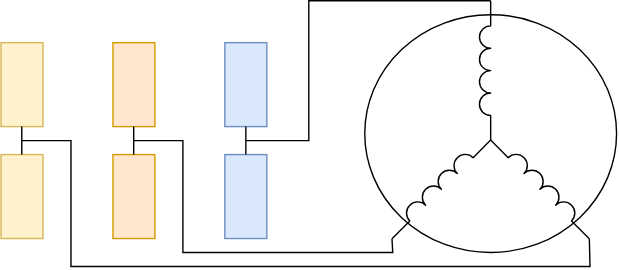
Before: 01-documentation/svg_files/esc_commutation_principle.drawio.svg, a diagram exported from draw.io (stephaneamans/ESC_Brushless). Source tidied: cells renumbered, new cells last; positions are measured from the earlier drawing's top-left corner, leaving out a move shared by most shapes. Its diagram source:
```xml
<mxGraphModel>
  <root>
    <mxCell id="0" />
    <mxCell id="1" parent="0" />
    <mxCell id="2" style="ellipse;whiteSpace=wrap;html=1;" parent="1" vertex="1">
      <mxGeometry x="260" y="10" width="180" height="170" as="geometry" />
    </mxCell>
    <mxCell id="3" style="verticalLabelPosition=bottom;shadow=0;dashed=0;align=center;html=1;verticalAlign=top;shape=mxgraph.electrical.inductors.inductor_3;rotation=-45;" parent="1" vertex="1">
      <mxGeometry x="262" y="128" width="100" height="8" as="geometry" />
    </mxCell>
    <mxCell id="4" style="verticalLabelPosition=bottom;shadow=0;dashed=0;align=center;html=1;verticalAlign=top;shape=mxgraph.electrical.inductors.inductor_3;rotation=-90;" parent="1" vertex="1">
      <mxGeometry x="296" y="46" width="100" height="8" as="geometry" />
    </mxCell>
    <mxCell id="5" style="verticalLabelPosition=bottom;shadow=0;dashed=0;align=center;html=1;verticalAlign=top;shape=mxgraph.electrical.inductors.inductor_3;rotation=45;" parent="1" vertex="1">
      <mxGeometry x="338" y="128" width="100" height="8" as="geometry" />
    </mxCell>
    <mxCell id="6" style="rounded=0;whiteSpace=wrap;html=1;fillColor=#dae8fc;strokeColor=#6c8ebf;" parent="1" vertex="1">
      <mxGeometry x="160" y="30" width="30" height="60" as="geometry" />
    </mxCell>
    <mxCell id="7" style="rounded=0;whiteSpace=wrap;html=1;fillColor=#dae8fc;strokeColor=#6c8ebf;" parent="1" vertex="1">
      <mxGeometry x="160" y="110" width="30" height="60" as="geometry" />
    </mxCell>
    <mxCell id="8" style="rounded=0;whiteSpace=wrap;html=1;fillColor=#ffe6cc;strokeColor=#d79b00;" parent="1" vertex="1">
      <mxGeometry x="80" y="30" width="30" height="60" as="geometry" />
    </mxCell>
    <mxCell id="9" style="rounded=0;whiteSpace=wrap;html=1;fillColor=#ffe6cc;strokeColor=#d79b00;" parent="1" vertex="1">
      <mxGeometry x="80" y="110" width="30" height="60" as="geometry" />
    </mxCell>
    <mxCell id="10" style="rounded=0;whiteSpace=wrap;html=1;fillColor=#fff2cc;strokeColor=#d6b656;" parent="1" vertex="1">
      <mxGeometry y="30" width="30" height="60" as="geometry" />
    </mxCell>
    <mxCell id="11" style="rounded=0;whiteSpace=wrap;html=1;fillColor=#fff2cc;strokeColor=#d6b656;" parent="1" vertex="1">
      <mxGeometry y="110" width="30" height="60" as="geometry" />
    </mxCell>
    <mxCell id="12" style="endArrow=none;html=1;rounded=0;exitX=0.5;exitY=0;exitDx=0;exitDy=0;entryX=0.5;entryY=1;entryDx=0;entryDy=0;" parent="1" edge="1" source="7" target="6">
      <mxGeometry relative="1" as="geometry" />
    </mxCell>
    <mxCell id="13" style="endArrow=none;html=1;rounded=0;exitX=0.5;exitY=0;exitDx=0;exitDy=0;entryX=0.5;entryY=1;entryDx=0;entryDy=0;" parent="1" edge="1">
      <mxGeometry relative="1" as="geometry">
        <mxPoint x="94.8" y="110" as="sourcePoint" />
        <mxPoint x="94.8" y="90" as="targetPoint" />
      </mxGeometry>
    </mxCell>
    <mxCell id="14" style="endArrow=none;html=1;rounded=0;exitX=0.5;exitY=0;exitDx=0;exitDy=0;entryX=0.5;entryY=1;entryDx=0;entryDy=0;" parent="1" edge="1">
      <mxGeometry relative="1" as="geometry">
        <mxPoint x="14.8" y="110" as="sourcePoint" />
        <mxPoint x="14.8" y="90" as="targetPoint" />
      </mxGeometry>
    </mxCell>
    <mxCell id="15" style="endArrow=none;html=1;rounded=0;entryX=1;entryY=1;entryDx=0;entryDy=0;entryPerimeter=0;" parent="1" edge="1" target="4">
      <mxGeometry relative="1" as="geometry">
        <mxPoint x="175" y="100" as="sourcePoint" />
        <Array as="points">
          <mxPoint x="220" y="100" />
          <mxPoint x="220" />
        </Array>
      </mxGeometry>
    </mxCell>
    <mxCell id="16" style="endArrow=none;html=1;rounded=0;entryX=0;entryY=1;entryDx=0;entryDy=0;entryPerimeter=0;" parent="1" edge="1" target="3">
      <mxGeometry relative="1" as="geometry">
        <mxPoint x="95" y="100" as="sourcePoint" />
        <Array as="points">
          <mxPoint x="130" y="100" />
          <mxPoint x="130" y="180" />
          <mxPoint x="280" y="180" />
        </Array>
      </mxGeometry>
    </mxCell>
    <mxCell id="17" style="endArrow=none;html=1;rounded=0;exitX=1;exitY=1;exitDx=0;exitDy=0;exitPerimeter=0;" parent="1" edge="1" source="5">
      <mxGeometry relative="1" as="geometry">
        <mxPoint x="15" y="100" as="targetPoint" />
        <Array as="points">
          <mxPoint x="421" y="190" />
          <mxPoint x="50" y="190" />
          <mxPoint x="50" y="100" />
        </Array>
      </mxGeometry>
    </mxCell>
  </root>
</mxGraphModel>
```
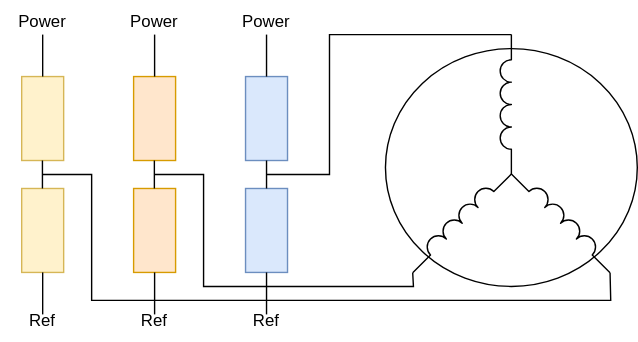
After the change.

Diff of the diagram source:
```diff
@@ -76,5 +76,59 @@
         </Array>
       </mxGeometry>
     </mxCell>
+    <mxCell id="18" style="endArrow=none;html=1;rounded=0;" parent="1" edge="1">
+      <mxGeometry relative="1" as="geometry">
+        <mxPoint x="15" y="30" as="sourcePoint" />
+        <mxPoint x="15" as="targetPoint" />
+      </mxGeometry>
+    </mxCell>
+    <mxCell id="19" style="endArrow=none;html=1;rounded=0;" parent="1" edge="1">
+      <mxGeometry relative="1" as="geometry">
+        <mxPoint x="15" y="200" as="sourcePoint" />
+        <mxPoint x="15" y="170" as="targetPoint" />
+      </mxGeometry>
+    </mxCell>
+    <mxCell id="20" value="Power" style="text;html=1;align=center;verticalAlign=middle;whiteSpace=wrap;rounded=0;" parent="1" vertex="1">
+      <mxGeometry x="-15" y="-24" width="60" height="30" as="geometry" />
+    </mxCell>
+    <mxCell id="21" value="Ref" style="text;html=1;align=center;verticalAlign=middle;whiteSpace=wrap;rounded=0;" parent="1" vertex="1">
+      <mxGeometry x="-15" y="190" width="60" height="30" as="geometry" />
+    </mxCell>
+    <mxCell id="22" style="endArrow=none;html=1;rounded=0;" parent="1" edge="1">
+      <mxGeometry relative="1" as="geometry">
+        <mxPoint x="95" y="30" as="sourcePoint" />
+        <mxPoint x="95" as="targetPoint" />
+      </mxGeometry>
+    </mxCell>
+    <mxCell id="23" value="Power" style="text;html=1;align=center;verticalAlign=middle;whiteSpace=wrap;rounded=0;" parent="1" vertex="1">
+      <mxGeometry x="65" y="-24" width="60" height="30" as="geometry" />
+    </mxCell>
+    <mxCell id="24" style="endArrow=none;html=1;rounded=0;" parent="1" edge="1">
+      <mxGeometry relative="1" as="geometry">
+        <mxPoint x="175" y="30" as="sourcePoint" />
+        <mxPoint x="175" as="targetPoint" />
+      </mxGeometry>
+    </mxCell>
+    <mxCell id="25" value="Power" style="text;html=1;align=center;verticalAlign=middle;whiteSpace=wrap;rounded=0;" parent="1" vertex="1">
+      <mxGeometry x="145" y="-24" width="60" height="30" as="geometry" />
+    </mxCell>
+    <mxCell id="26" style="endArrow=none;html=1;rounded=0;" parent="1" edge="1">
+      <mxGeometry relative="1" as="geometry">
+        <mxPoint x="95" y="200" as="sourcePoint" />
+        <mxPoint x="95" y="170" as="targetPoint" />
+      </mxGeometry>
+    </mxCell>
+    <mxCell id="27" value="Ref" style="text;html=1;align=center;verticalAlign=middle;whiteSpace=wrap;rounded=0;" parent="1" vertex="1">
+      <mxGeometry x="65" y="190" width="60" height="30" as="geometry" />
+    </mxCell>
+    <mxCell id="28" style="endArrow=none;html=1;rounded=0;" parent="1" edge="1">
+      <mxGeometry relative="1" as="geometry">
+        <mxPoint x="175" y="200" as="sourcePoint" />
+        <mxPoint x="175" y="170" as="targetPoint" />
+      </mxGeometry>
+    </mxCell>
+    <mxCell id="29" value="Ref" style="text;html=1;align=center;verticalAlign=middle;whiteSpace=wrap;rounded=0;" parent="1" vertex="1">
+      <mxGeometry x="145" y="190" width="60" height="30" as="geometry" />
+    </mxCell>
   </root>
 </mxGraphModel>
```
